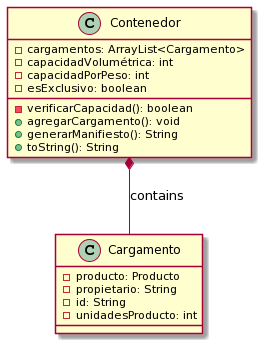
zejiran/object-oriented-design-and-programming keeps this PlantUML diagram as Taller2_Contenedores/docs/class_diagrams/contenedorCargamento.png. Above is the earlier version.
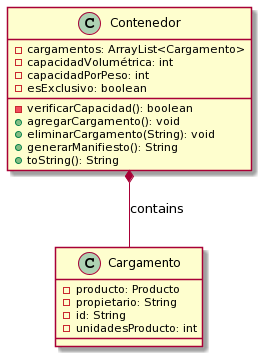
After the commit.

Change to the diagram source:
```diff
@@ -6,6 +6,7 @@
  - esExclusivo: boolean
  - verificarCapacidad(): boolean
  + agregarCargamento(): void
+ + eliminarCargamento(String): void
  + generarManifiesto(): String
  + toString(): String
 }
```
